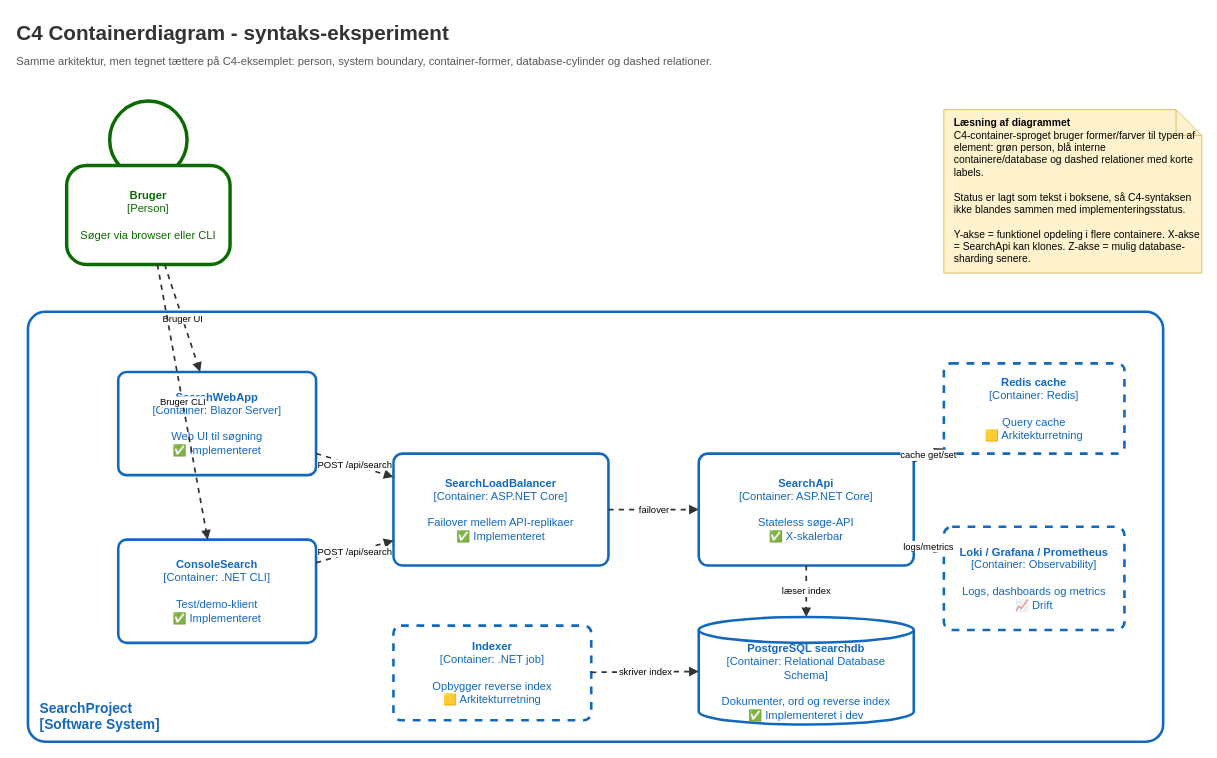
Above: page "8 - C4 Container syntax eksperiment" (8 of 9) of diagrammer/SearchProject diagrams - UML + C4.drawio in Viggodrengen/-SearchProject (draw.io), before the change. Source tidied: cells renumbered, new cells numbered last; positions are measured from the earlier drawing's top-left corner, leaving out a move shared by most shapes. Both pictures are drawn from the tidied source at 86%, with x=0, y=0 at pixel (15, 15).
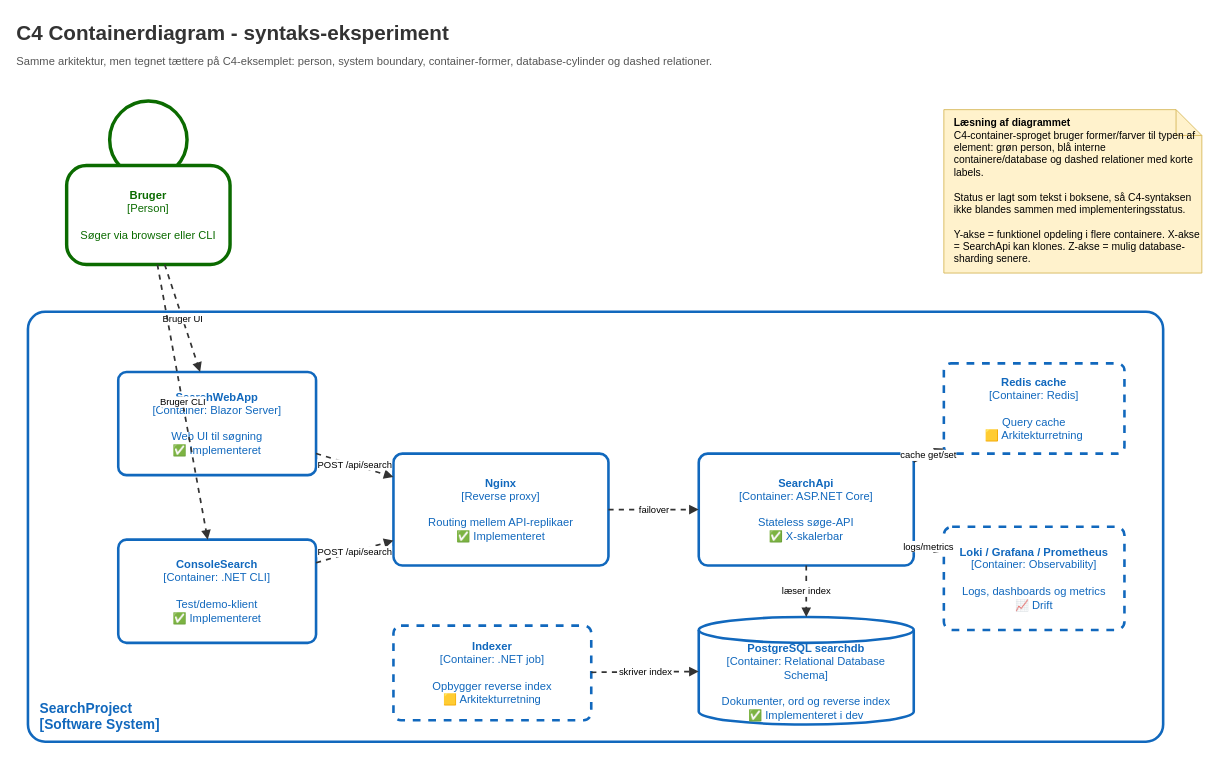
After the change.

Commit message (it also covers changes not shown here):
docs: consolidate diagrams around nginx architecture

Change to the diagram source:
```diff
@@
-    <mxCell id="9" value="&lt;b&gt;SearchLoadBalancer&lt;/b&gt;&lt;br&gt;[Container: ASP.NET Core]&lt;br&gt;&lt;br&gt;Failover mellem API-replikaer&lt;br&gt;✅ Implementeret" style="rounded=1;whiteSpace=wrap;html=1;fillColor=#FFFFFF;strokeColor=#1168BD;strokeWidth=3;fontColor=#1168BD;fontSize=13;arcSize=8;spacing=8;" parent="1" vertex="1">
+    <mxCell id="9" value="&lt;b&gt;Nginx&lt;/b&gt;&lt;br&gt;[Reverse proxy]&lt;br&gt;&lt;br&gt;Routing mellem API-replikaer&lt;br&gt;✅ Implementeret" style="rounded=1;whiteSpace=wrap;html=1;fillColor=#FFFFFF;strokeColor=#1168BD;strokeWidth=3;fontColor=#1168BD;fontSize=13;arcSize=8;spacing=8;" parent="1" vertex="1">
       <mxGeometry x="440" y="510" width="250" height="130" as="geometry" />
     </mxCell>
```
